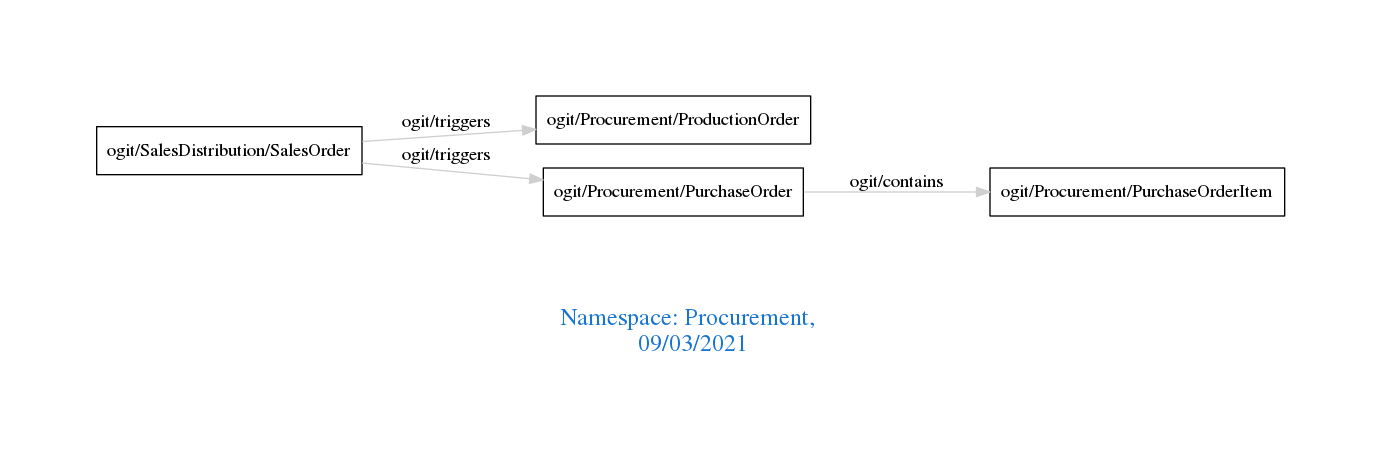
This is downloads/Procurement.png from arago/OGIT, a Graphviz export, as it was before one commit. Its source is kept beside it as downloads/Procurement.dot. The source it was exported from:
```dot
digraph OGIT_ontology {
 graph [ rankdir= LR,pad=1
fontsize = 18,
fontcolor= dodgerblue3,label = "\n\n\nNamespace: Procurement, \n 09/03/2021"];
node[shape=polygon];
edge [  color="gray81"];

   "ogit/Procurement/PurchaseOrder" -> "ogit/Procurement/PurchaseOrderItem" [label="   ogit/contains    "];
   "ogit/SalesDistribution/SalesOrder" -> "ogit/Procurement/ProductionOrder" [label="   ogit/triggers    "];
   "ogit/SalesDistribution/SalesOrder" -> "ogit/Procurement/PurchaseOrder" [label="   ogit/triggers    "];
}
```
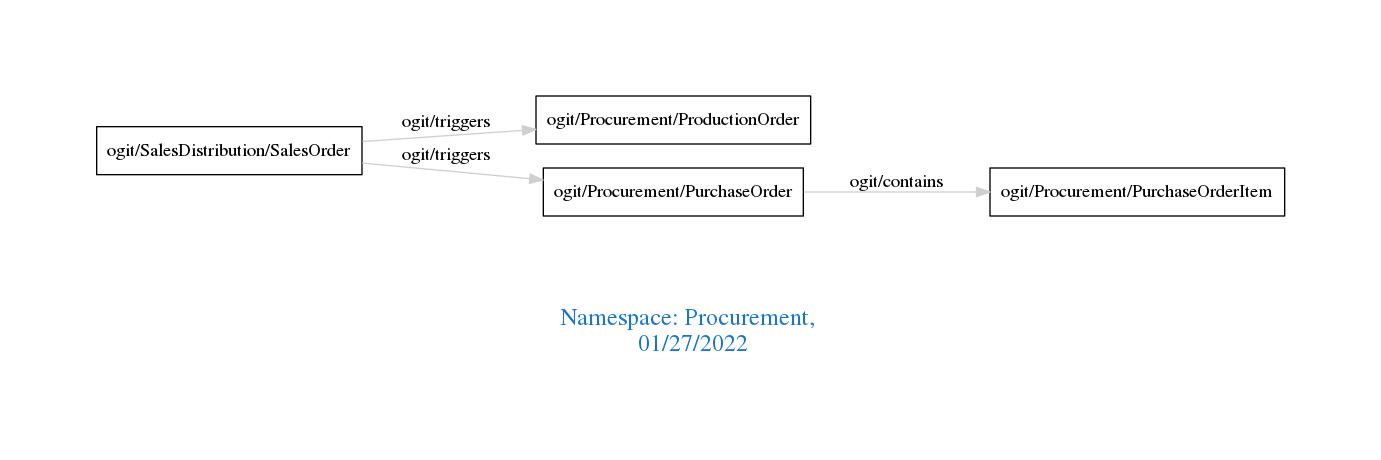
Above is the later version.

What changed in the source:
```diff
@@ -1,7 +1,7 @@
 digraph OGIT_ontology {
  graph [ rankdir= LR,pad=1
 fontsize = 18,
-fontcolor= dodgerblue3,label = "\n\n\nNamespace: Procurement, \n 09/03/2021"];
+fontcolor= dodgerblue3,label = "\n\n\nNamespace: Procurement, \n 01/27/2022"];
 node[shape=polygon];
 edge [  color="gray81"];
 
```
